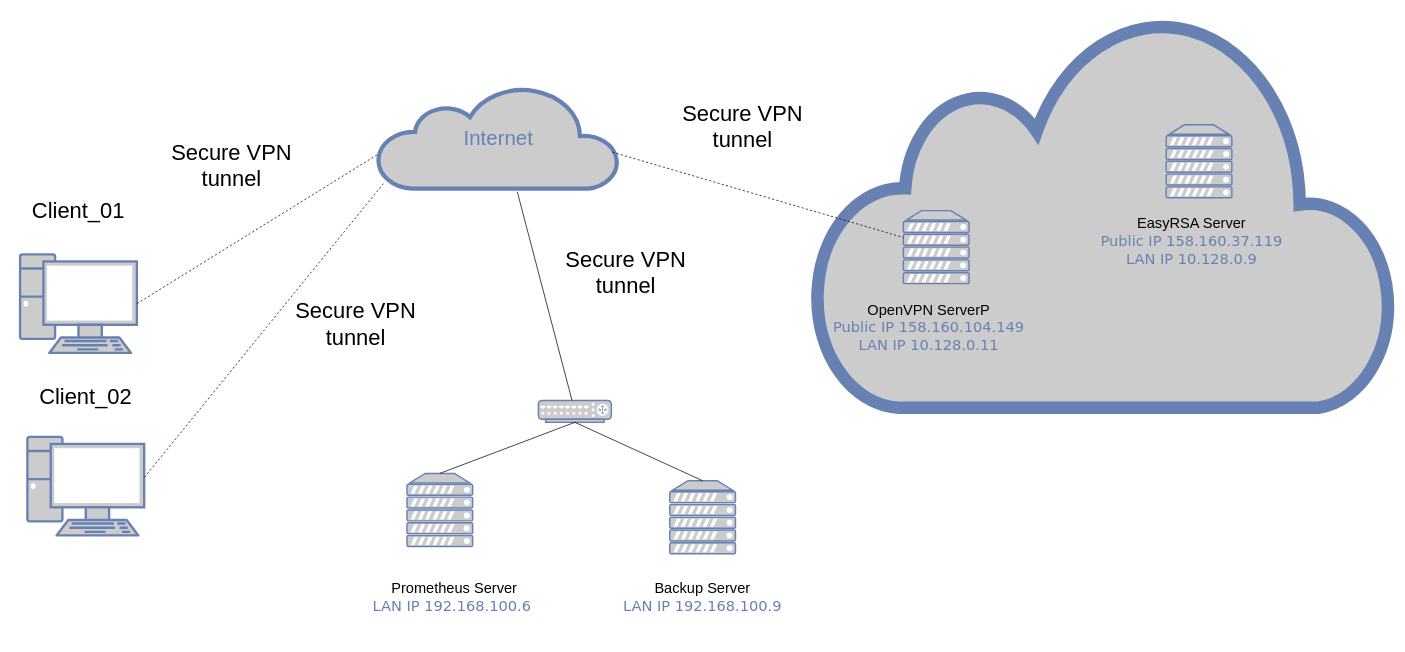
Above: Схема инфраструктуры.drawio in IliaKoshkin/SkillBoxFinalWork (draw.io), before the change. Source tidied: cells renumbered, new cells numbered last; positions are measured from the earlier drawing's top-left corner, leaving out a move shared by most shapes. Both pictures are drawn from the tidied source at 73%, with x=0, y=0 at pixel (12, 13).
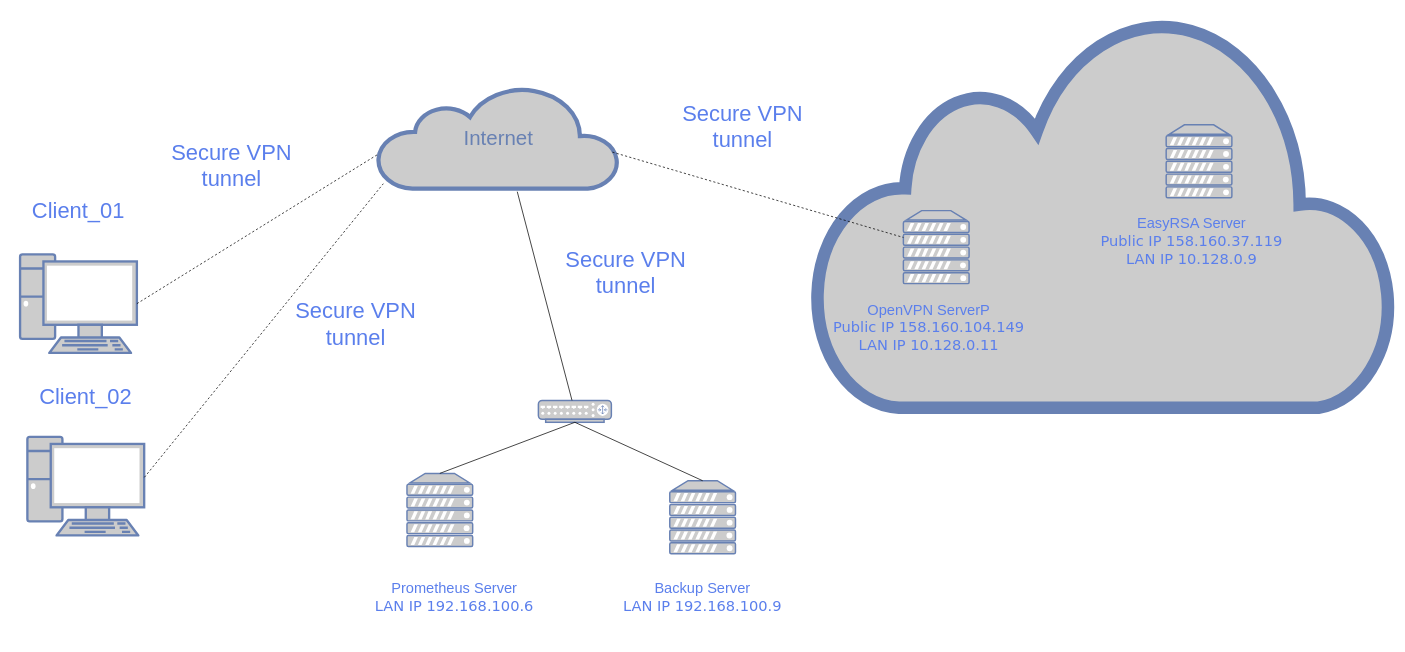
The same page after the edit.

Change to the diagram source:
```diff
@@
-    <mxCell id="7" value="&lt;font style=&quot;font-size: 30px;&quot;&gt;Secure VPN tunnel&lt;/font&gt;" style="text;strokeColor=none;align=center;fillColor=none;html=1;verticalAlign=middle;whiteSpace=wrap;rounded=0;" parent="1" vertex="1">
+    <mxCell id="7" value="&lt;font style=&quot;font-size: 30px;&quot;&gt;Secure VPN tunnel&lt;/font&gt;" style="text;strokeColor=none;align=center;fillColor=none;html=1;verticalAlign=middle;whiteSpace=wrap;rounded=0;fontColor=#5B7FEC;" parent="1" vertex="1">
       <mxGeometry x="210" y="152.5" width="180" height="110" as="geometry" />
     </mxCell>
@@
-    <mxCell id="9" value="&lt;font style=&quot;font-size: 30px;&quot;&gt;Secure VPN tunnel&lt;/font&gt;" style="text;strokeColor=none;align=center;fillColor=none;html=1;verticalAlign=middle;whiteSpace=wrap;rounded=0;" parent="1" vertex="1">
+    <mxCell id="9" value="&lt;font style=&quot;font-size: 30px;&quot;&gt;Secure VPN tunnel&lt;/font&gt;" style="text;strokeColor=none;align=center;fillColor=none;html=1;verticalAlign=middle;whiteSpace=wrap;rounded=0;fontColor=#5B7FEC;" parent="1" vertex="1">
       <mxGeometry x="910" y="100" width="180" height="110" as="geometry" />
     </mxCell>
-    <mxCell id="10" value="&lt;font style=&quot;font-size: 20px;&quot;&gt;OpenVPN ServerP&lt;br style=&quot;border-color: var(--border-color); color: rgb(104, 129, 179); font-family: Verdana;&quot;&gt;&lt;span style=&quot;color: rgb(104, 129, 179); font-family: Verdana;&quot;&gt;Public IP 158.160.104.149&lt;/span&gt;&lt;br style=&quot;border-color: var(--border-color); color: rgb(104, 129, 179); font-family: Verdana;&quot;&gt;&lt;span style=&quot;color: rgb(104, 129, 179); font-family: Verdana;&quot;&gt;LAN IP 10.128.0.11&lt;/span&gt;&lt;/font&gt;" style="text;strokeColor=none;align=center;fillColor=none;html=1;verticalAlign=middle;whiteSpace=wrap;rounded=0;" parent="1" vertex="1">
+    <mxCell id="10" value="&lt;font style=&quot;font-size: 20px;&quot;&gt;OpenVPN ServerP&lt;br style=&quot;border-color: var(--border-color); font-family: Verdana;&quot;&gt;&lt;span style=&quot;font-family: Verdana;&quot;&gt;Public IP 158.160.104.149&lt;/span&gt;&lt;br style=&quot;border-color: var(--border-color); font-family: Verdana;&quot;&gt;&lt;span style=&quot;font-family: Verdana;&quot;&gt;LAN IP 10.128.0.11&lt;/span&gt;&lt;/font&gt;" style="text;strokeColor=none;align=center;fillColor=none;html=1;verticalAlign=middle;whiteSpace=wrap;rounded=0;fontColor=#5B7FEC;" parent="1" vertex="1">
       <mxGeometry x="1030" y="370" width="450" height="117.5" as="geometry" />
     </mxCell>
@@
-    <mxCell id="12" value="&lt;font style=&quot;font-size: 20px;&quot;&gt;EasyRSA Server&lt;br style=&quot;border-color: var(--border-color); color: rgb(104, 129, 179); font-family: Verdana;&quot;&gt;&lt;span style=&quot;color: rgb(104, 129, 179); font-family: Verdana;&quot;&gt;Public IP 158.160.37.119&lt;/span&gt;&lt;br style=&quot;border-color: var(--border-color); color: rgb(104, 129, 179); font-family: Verdana;&quot;&gt;&lt;span style=&quot;color: rgb(104, 129, 179); font-family: Verdana;&quot;&gt;LAN IP 10.128.0.9&lt;/span&gt;&lt;/font&gt;" style="text;strokeColor=none;align=center;fillColor=none;html=1;verticalAlign=middle;whiteSpace=wrap;rounded=0;" parent="1" vertex="1">
+    <mxCell id="12" value="&lt;font style=&quot;font-size: 20px;&quot;&gt;EasyRSA Server&lt;br style=&quot;border-color: var(--border-color); font-family: Verdana;&quot;&gt;&lt;span style=&quot;font-family: Verdana;&quot;&gt;Public IP 158.160.37.119&lt;/span&gt;&lt;br style=&quot;border-color: var(--border-color); font-family: Verdana;&quot;&gt;&lt;span style=&quot;font-family: Verdana;&quot;&gt;LAN IP 10.128.0.9&lt;/span&gt;&lt;/font&gt;" style="text;strokeColor=none;align=center;fillColor=none;html=1;verticalAlign=middle;whiteSpace=wrap;rounded=0;fontColor=#5B7FEC;" parent="1" vertex="1">
       <mxGeometry x="1390" y="252.5" width="450" height="117.5" as="geometry" />
     </mxCell>
-    <mxCell id="13" value="&lt;font style=&quot;font-size: 30px;&quot;&gt;Client_01&lt;/font&gt;" style="text;strokeColor=none;align=center;fillColor=none;html=1;verticalAlign=middle;whiteSpace=wrap;rounded=0;" parent="1" vertex="1">
+    <mxCell id="13" value="&lt;font style=&quot;font-size: 30px;&quot;&gt;Client_01&lt;/font&gt;" style="text;strokeColor=none;align=center;fillColor=none;html=1;verticalAlign=middle;whiteSpace=wrap;rounded=0;fontColor=#5B7FEC;" parent="1" vertex="1">
       <mxGeometry y="215" width="180" height="110" as="geometry" />
     </mxCell>
@@
-    <mxCell id="15" value="&lt;font style=&quot;font-size: 20px;&quot;&gt;Prometheus Server&lt;br style=&quot;border-color: var(--border-color); color: rgb(104, 129, 179); font-family: Verdana;&quot;&gt;&lt;span style=&quot;color: rgb(104, 129, 179); font-family: Verdana;&quot;&gt;LAN IP 192.168.100.6&amp;nbsp;&lt;/span&gt;&lt;/font&gt;" style="text;strokeColor=none;align=center;fillColor=none;html=1;verticalAlign=middle;whiteSpace=wrap;rounded=0;" parent="1" vertex="1">
+    <mxCell id="15" value="&lt;font style=&quot;font-size: 20px;&quot;&gt;Prometheus Server&lt;br style=&quot;border-color: var(--border-color); font-family: Verdana;&quot;&gt;&lt;span style=&quot;font-family: Verdana;&quot;&gt;LAN IP 192.168.100.6&lt;br&gt;&lt;/span&gt;&lt;/font&gt;" style="text;strokeColor=none;align=center;fillColor=none;html=1;verticalAlign=middle;whiteSpace=wrap;rounded=0;fontColor=#5B7FEC;" parent="1" vertex="1">
       <mxGeometry x="380" y="740" width="450" height="117.5" as="geometry" />
     </mxCell>
@@
-    <mxCell id="17" value="&lt;font style=&quot;font-size: 20px;&quot;&gt;Backup Server&lt;br&gt;&lt;span style=&quot;color: rgb(104, 129, 179); font-family: Verdana;&quot;&gt;LAN IP 192.168.100.9&lt;/span&gt;&lt;br&gt;&lt;/font&gt;" style="text;strokeColor=none;align=center;fillColor=none;html=1;verticalAlign=middle;whiteSpace=wrap;rounded=0;" parent="1" vertex="1">
+    <mxCell id="17" value="&lt;font style=&quot;font-size: 20px;&quot;&gt;Backup Server&lt;br&gt;&lt;span style=&quot;font-family: Verdana;&quot;&gt;LAN IP 192.168.100.9&lt;/span&gt;&lt;br&gt;&lt;/font&gt;" style="text;strokeColor=none;align=center;fillColor=none;html=1;verticalAlign=middle;whiteSpace=wrap;rounded=0;fontColor=#5B7FEC;" parent="1" vertex="1">
       <mxGeometry x="720" y="740" width="450" height="117.5" as="geometry" />
     </mxCell>
@@
-    <mxCell id="23" value="&lt;font style=&quot;font-size: 30px;&quot;&gt;Client_02&lt;/font&gt;" style="text;strokeColor=none;align=center;fillColor=none;html=1;verticalAlign=middle;whiteSpace=wrap;rounded=0;" parent="1" vertex="1">
+    <mxCell id="23" value="&lt;font style=&quot;font-size: 30px;&quot;&gt;Client_02&lt;/font&gt;" style="text;strokeColor=none;align=center;fillColor=none;html=1;verticalAlign=middle;whiteSpace=wrap;rounded=0;fontColor=#5B7FEC;" parent="1" vertex="1">
       <mxGeometry x="10" y="470" width="180" height="110" as="geometry" />
     </mxCell>
@@
-    <mxCell id="25" value="&lt;font style=&quot;font-size: 30px;&quot;&gt;Secure VPN tunnel&lt;/font&gt;" style="text;strokeColor=none;align=center;fillColor=none;html=1;verticalAlign=middle;whiteSpace=wrap;rounded=0;" parent="1" vertex="1">
+    <mxCell id="25" value="&lt;font style=&quot;font-size: 30px;&quot;&gt;Secure VPN tunnel&lt;/font&gt;" style="text;strokeColor=none;align=center;fillColor=none;html=1;verticalAlign=middle;whiteSpace=wrap;rounded=0;fontColor=#5B7FEC;" parent="1" vertex="1">
       <mxGeometry x="380" y="370" width="180" height="110" as="geometry" />
     </mxCell>
-    <mxCell id="26" value="&lt;font style=&quot;font-size: 30px;&quot;&gt;Secure VPN tunnel&lt;/font&gt;" style="text;strokeColor=none;align=center;fillColor=none;html=1;verticalAlign=middle;whiteSpace=wrap;rounded=0;" parent="1" vertex="1">
+    <mxCell id="26" value="&lt;font style=&quot;font-size: 30px;&quot;&gt;Secure VPN tunnel&lt;/font&gt;" style="text;strokeColor=none;align=center;fillColor=none;html=1;verticalAlign=middle;whiteSpace=wrap;rounded=0;fontColor=#5B7FEC;" parent="1" vertex="1">
       <mxGeometry x="750" y="300" width="180" height="110" as="geometry" />
     </mxCell>
```
